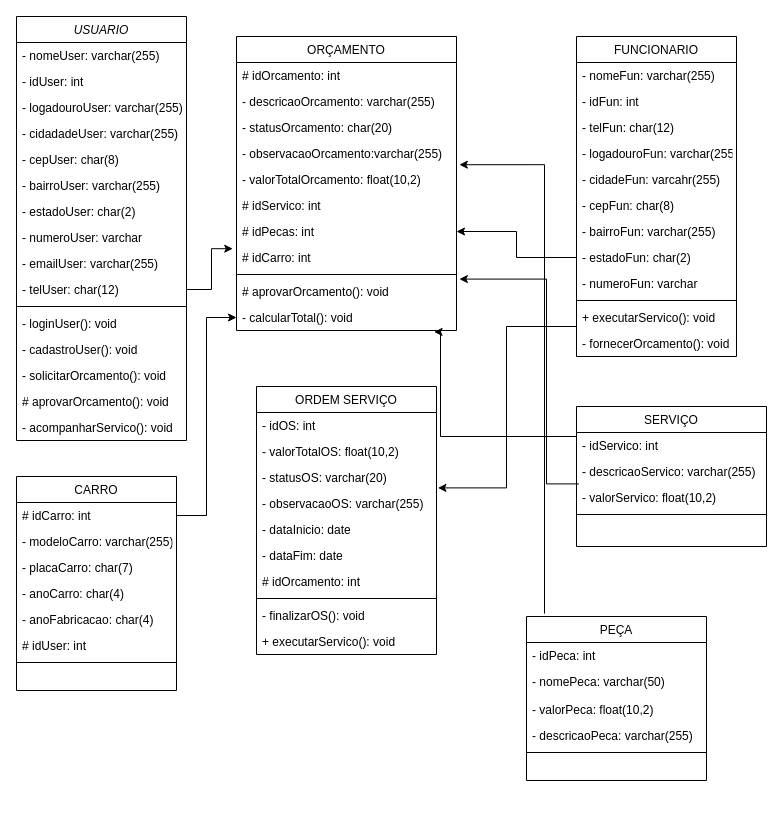
VyttorRamos/Projetos_ADS_CJO keeps this draw.io diagram as Diagrama de classes AMCamillo.drawio. Above is the earlier version. Source tidied: cells renumbered, new cells numbered last; positions are measured from the earlier drawing's top-left corner, leaving out a move shared by most shapes. Both pictures are drawn from the tidied source at 100%, with x=0, y=0 at pixel (16, 16).
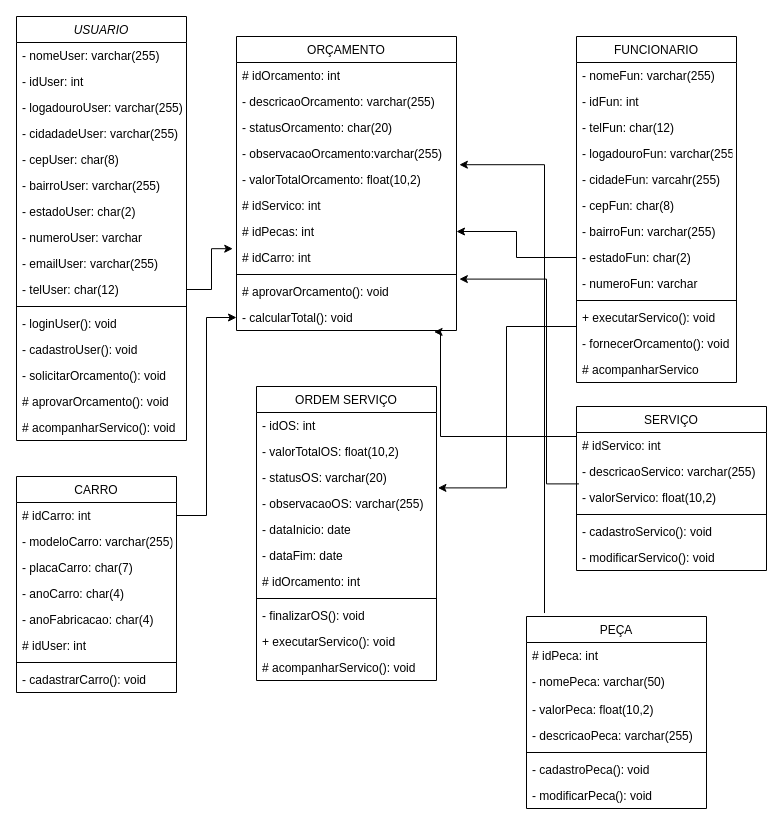
The same diagram, later.

Unchanged cells that the change refers to:
```xml
<mxCell id="2" value="USUARIO" style="swimlane;fontStyle=2;align=center;verticalAlign=top;horizontal=1;startSize=26;rounded=0;shadow=0;strokeWidth=1;" parent="1" vertex="1">
  <mxGeometry width="170" height="424" as="geometry" />
</mxCell>
```

Change to the diagram source:
```diff
@@
-    <mxCell id="18" value="- acompanharServico(): void" style="text;align=left;verticalAlign=top;spacingLeft=4;spacingRight=4;overflow=hidden;rounded=0;shadow=0;html=0;" parent="2" vertex="1">
+    <mxCell id="18" value="# acompanharServico(): void" style="text;align=left;verticalAlign=top;spacingLeft=4;spacingRight=4;overflow=hidden;rounded=0;shadow=0;html=0;" parent="2" vertex="1">
       <mxGeometry y="398" width="170" height="26" as="geometry" />
     </mxCell>
     <mxCell id="19" value="SERVIÇO" style="swimlane;fontStyle=0;align=center;verticalAlign=top;horizontal=1;startSize=26;rounded=0;shadow=0;strokeWidth=1;" parent="1" vertex="1">
-      <mxGeometry x="560" y="390" width="190" height="140" as="geometry" />
+      <mxGeometry x="560" y="390" width="190" height="164" as="geometry" />
     </mxCell>
-    <mxCell id="20" value="- idServico: int" style="text;align=left;verticalAlign=top;spacingLeft=4;spacingRight=4;overflow=hidden;points=[[0,0.5],[1,0.5]];portConstraint=eastwest;" parent="19" vertex="1">
+    <mxCell id="20" value="# idServico: int" style="text;align=left;verticalAlign=top;spacingLeft=4;spacingRight=4;overflow=hidden;points=[[0,0.5],[1,0.5]];portConstraint=eastwest;" parent="19" vertex="1">
       <mxGeometry y="26" width="190" height="26" as="geometry" />
     </mxCell>
@@
+    <mxCell id="81" value="- cadastroServico(): void" style="text;align=left;verticalAlign=top;spacingLeft=4;spacingRight=4;overflow=hidden;fontStyle=0;" parent="19" vertex="1">
+      <mxGeometry y="112" width="190" height="26" as="geometry" />
+    </mxCell>
+    <mxCell id="82" value="- modificarServico(): void" style="text;align=left;verticalAlign=top;spacingLeft=4;spacingRight=4;overflow=hidden;fontStyle=0;" parent="19" vertex="1">
+      <mxGeometry y="138" width="190" height="26" as="geometry" />
+    </mxCell>
@@
     <mxCell id="36" value="FUNCIONARIO" style="swimlane;fontStyle=0;align=center;verticalAlign=top;horizontal=1;startSize=26;rounded=0;shadow=0;strokeWidth=1;" parent="1" vertex="1">
-      <mxGeometry x="560" y="20" width="160" height="320" as="geometry" />
+      <mxGeometry x="560" y="20" width="160" height="346" as="geometry" />
     </mxCell>
@@
+    <mxCell id="83" value="# acompanharServico" style="text;align=left;verticalAlign=top;spacingLeft=4;spacingRight=4;overflow=hidden;rounded=0;shadow=0;html=0;" parent="36" vertex="1">
+      <mxGeometry y="320" width="160" height="26" as="geometry" />
+    </mxCell>
     <mxCell id="49" value="PEÇA" style="swimlane;fontStyle=0;align=center;verticalAlign=top;horizontal=1;startSize=26;rounded=0;shadow=0;strokeWidth=1;" parent="1" vertex="1">
-      <mxGeometry x="510" y="600" width="180" height="164" as="geometry" />
+      <mxGeometry x="510" y="600" width="180" height="192" as="geometry" />
     </mxCell>
-    <mxCell id="50" value="- idPeca: int" style="text;align=left;verticalAlign=top;spacingLeft=4;spacingRight=4;overflow=hidden;" parent="49" vertex="1">
+    <mxCell id="50" value="# idPeca: int" style="text;align=left;verticalAlign=top;spacingLeft=4;spacingRight=4;overflow=hidden;" parent="49" vertex="1">
       <mxGeometry y="26" width="180" height="26" as="geometry" />
     </mxCell>
@@
+    <mxCell id="84" value="- cadastroPeca(): void" style="text;align=left;verticalAlign=top;spacingLeft=4;spacingRight=4;overflow=hidden;fontStyle=0;" parent="49" vertex="1">
+      <mxGeometry y="140" width="180" height="26" as="geometry" />
+    </mxCell>
+    <mxCell id="85" value="- modificarPeca(): void" style="text;align=left;verticalAlign=top;spacingLeft=4;spacingRight=4;overflow=hidden;fontStyle=0;" parent="49" vertex="1">
+      <mxGeometry y="166" width="180" height="26" as="geometry" />
+    </mxCell>
     <mxCell id="55" value="CARRO" style="swimlane;fontStyle=0;align=center;verticalAlign=top;horizontal=1;startSize=26;rounded=0;shadow=0;strokeWidth=1;" parent="1" vertex="1">
-      <mxGeometry y="460" width="160" height="214" as="geometry" />
+      <mxGeometry y="460" width="160" height="216" as="geometry" />
     </mxCell>
@@
+    <mxCell id="86" value="- cadastrarCarro(): void" style="text;align=left;verticalAlign=top;spacingLeft=4;spacingRight=4;overflow=hidden;" parent="55" vertex="1">
+      <mxGeometry y="190" width="160" height="26" as="geometry" />
+    </mxCell>
     <mxCell id="63" value="ORDEM SERVIÇO" style="swimlane;fontStyle=0;align=center;verticalAlign=top;horizontal=1;startSize=26;rounded=0;shadow=0;strokeWidth=1;" parent="1" vertex="1">
-      <mxGeometry x="240" y="370" width="180" height="268" as="geometry" />
+      <mxGeometry x="240" y="370" width="180" height="294" as="geometry" />
     </mxCell>
@@
+    <mxCell id="87" value="# acompanharServico(): void" style="text;align=left;verticalAlign=top;spacingLeft=4;spacingRight=4;overflow=hidden;" parent="63" vertex="1">
+      <mxGeometry y="268" width="180" height="26" as="geometry" />
+    </mxCell>
```
